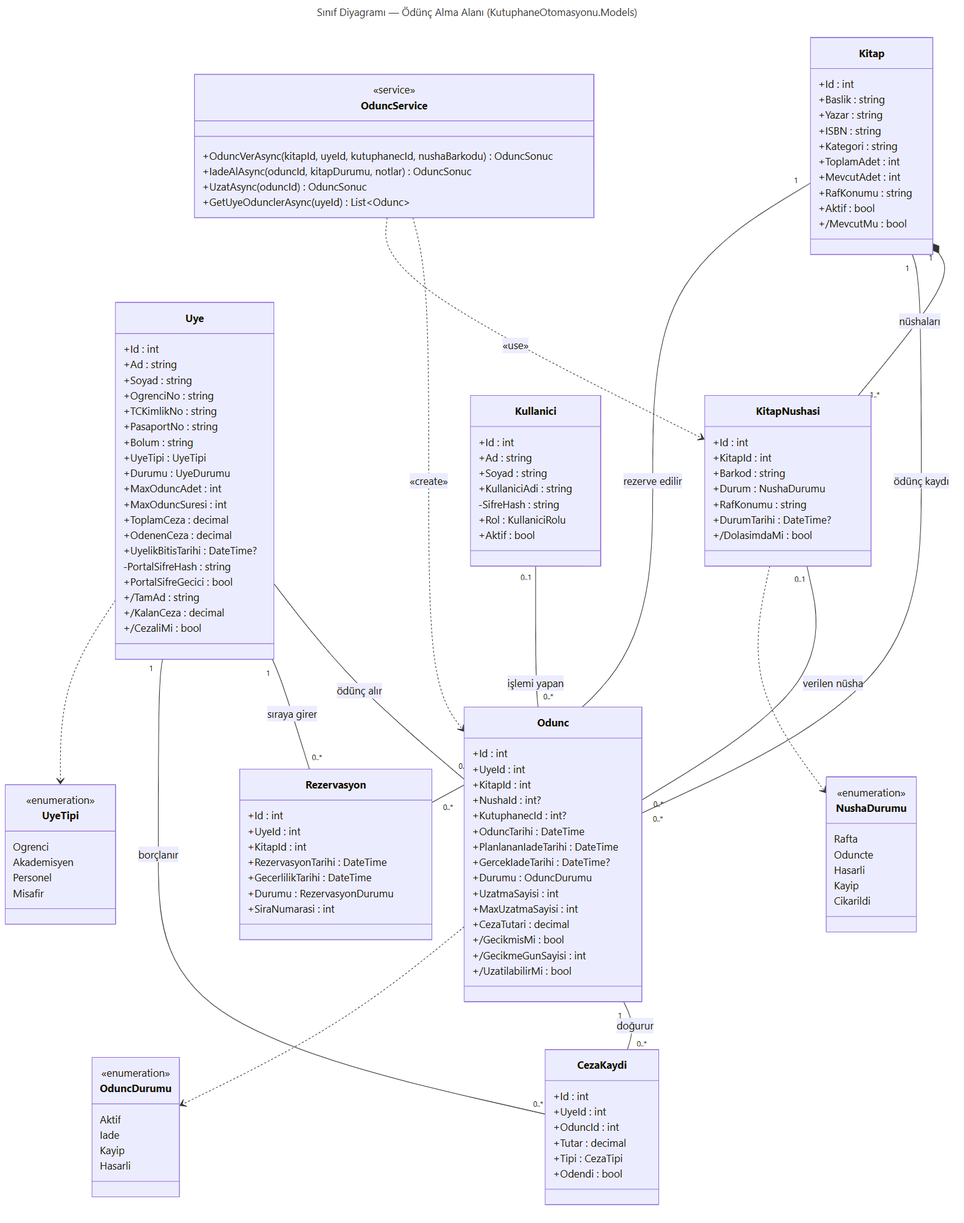
The Mermaid diagram docs/uml/1-sinif-diyagrami.png in sudenurozturkk/KutuphaneOtomasyonu, before a commit. Its source is kept beside it as docs/uml/1-sinif-diyagrami.mmd.
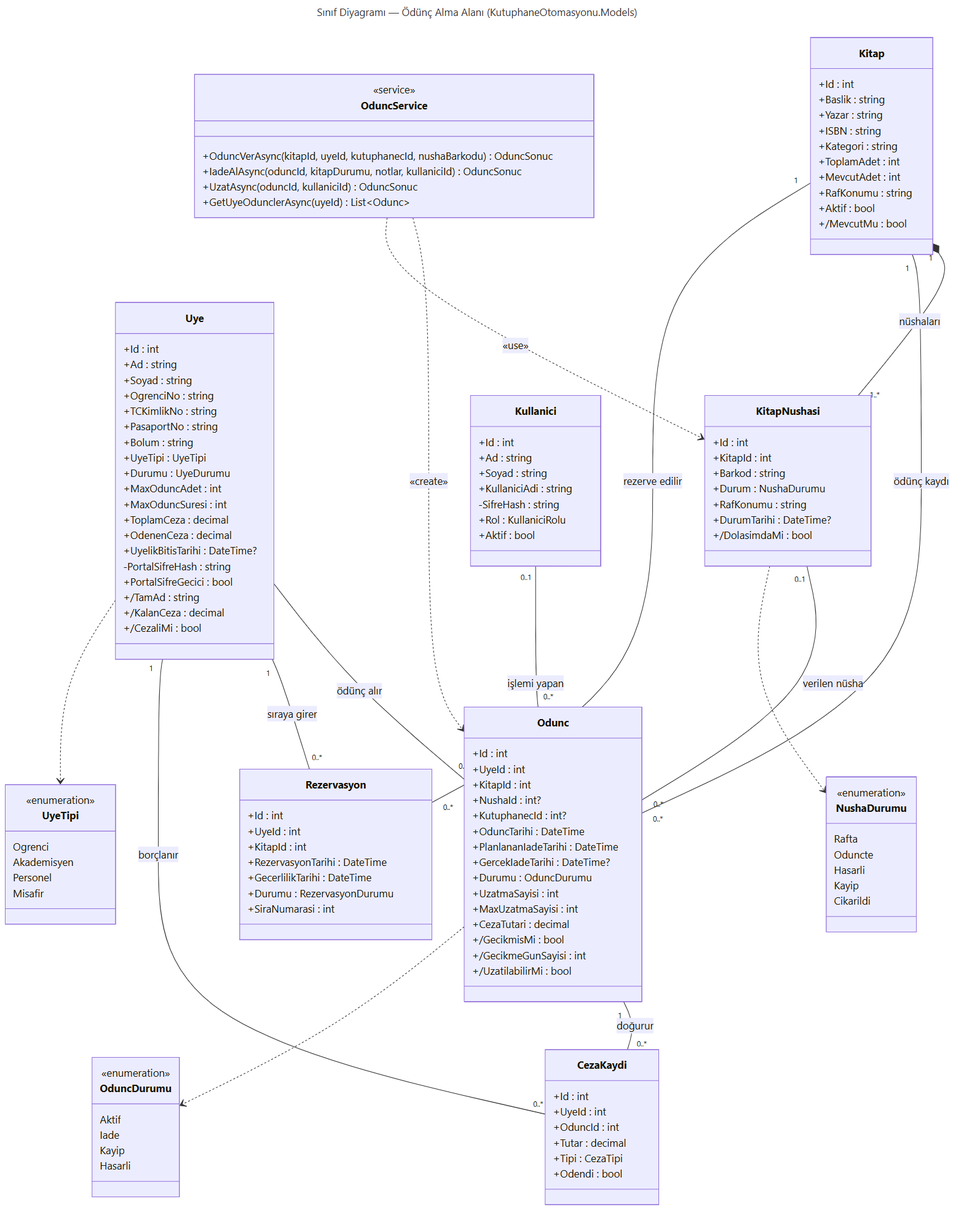
Later version of the same file.

The edit, as a diff of the source:
```diff
@@ -99,8 +99,8 @@
     class OduncService {
         <<service>>
         +OduncVerAsync(kitapId, uyeId, kutuphanecId, nushaBarkodu) OduncSonuc
-        +IadeAlAsync(oduncId, kitapDurumu, notlar) OduncSonuc
-        +UzatAsync(oduncId) OduncSonuc
+        +IadeAlAsync(oduncId, kitapDurumu, notlar, kullaniciId) OduncSonuc
+        +UzatAsync(oduncId, kullaniciId) OduncSonuc
         +GetUyeOdunclerAsync(uyeId) List~Odunc~
     }
 
```
